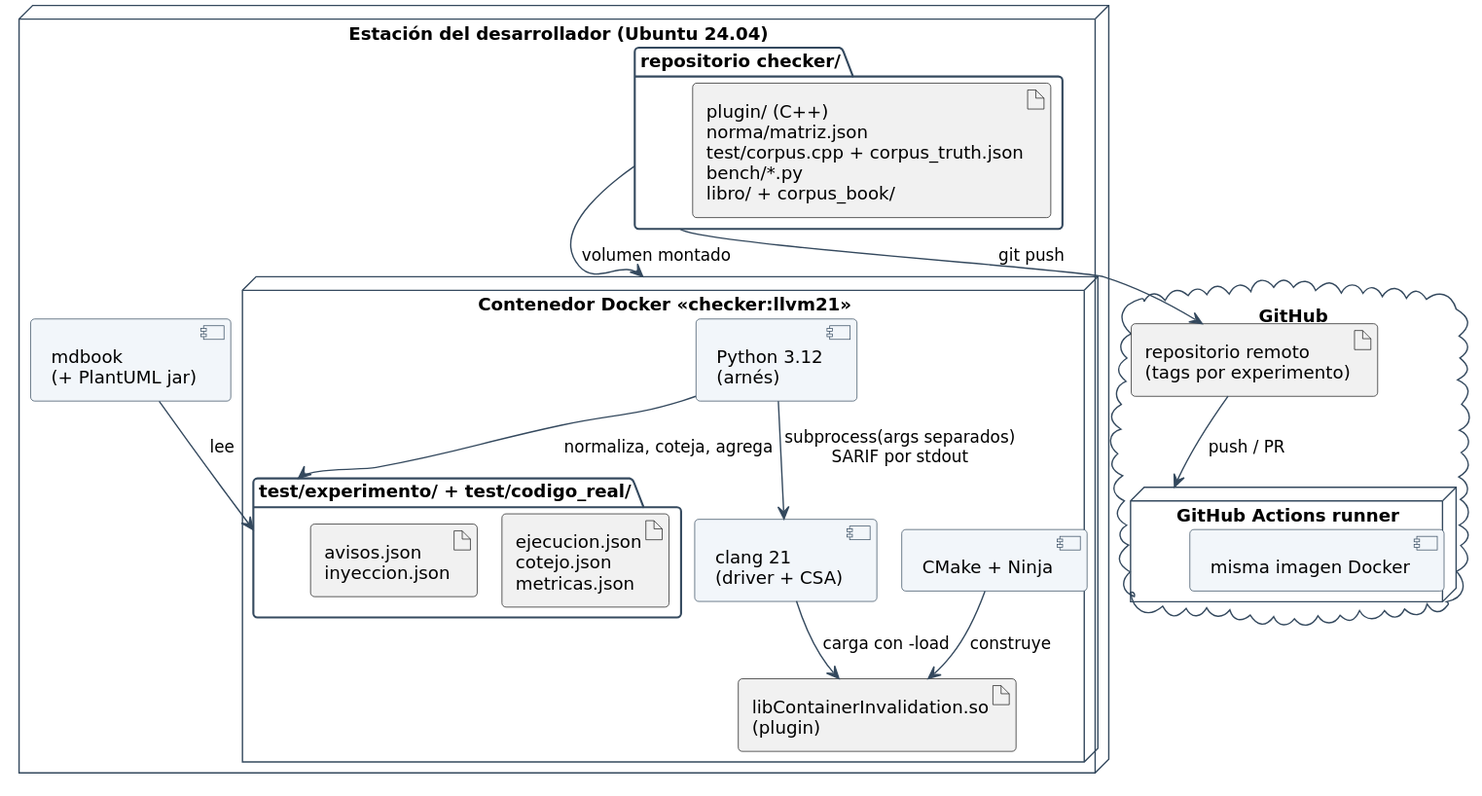
This is libro/diagramas/svg/5-7-arquitectura-fisica.svg from jasrod12ucsm/checker, a PlantUML export, as it was before one commit.
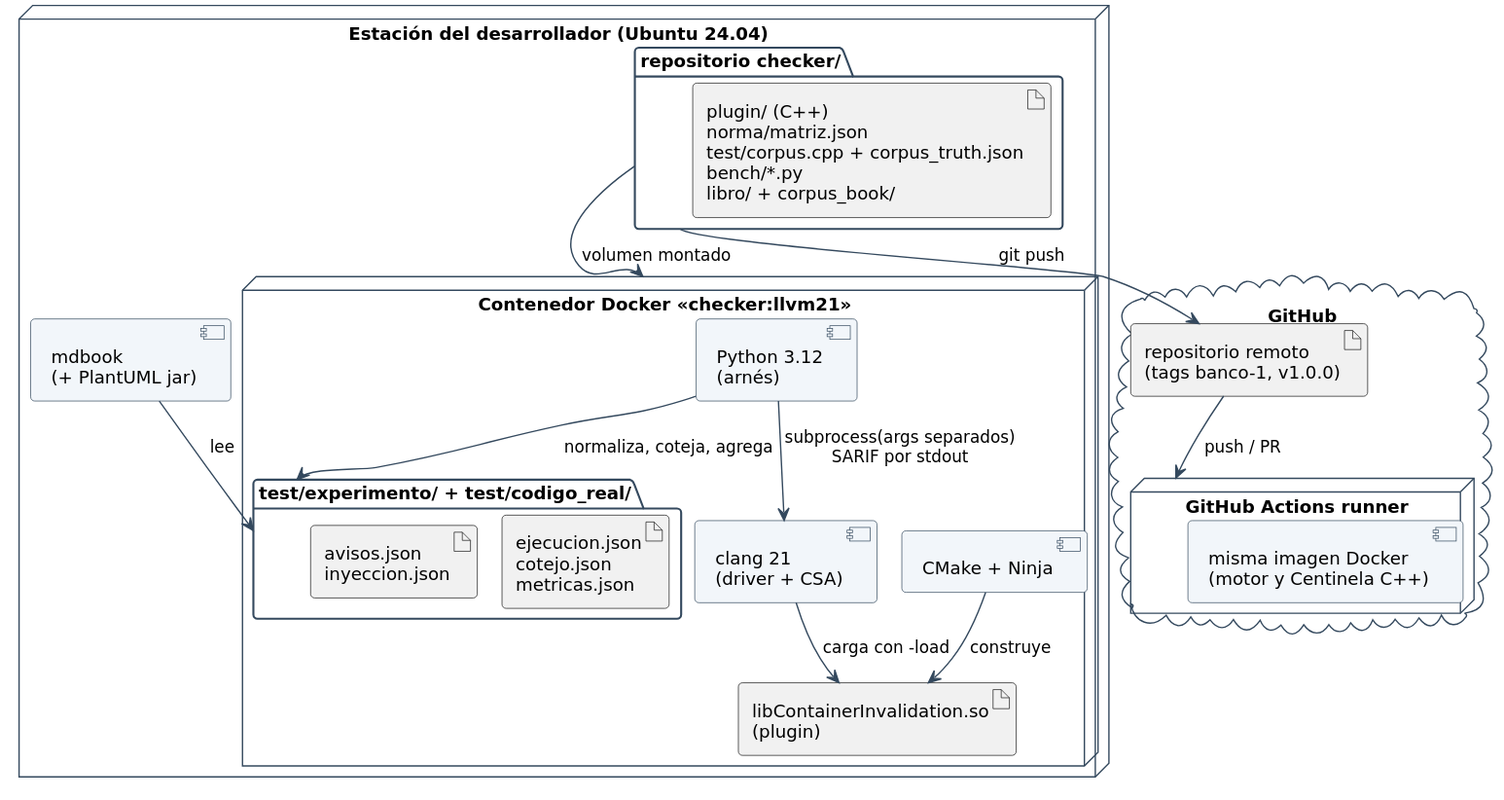
The same diagram one commit later.

Change to the diagram source:
```diff
@@ -19,9 +19,9 @@
 }
 
 cloud "GitHub" as gh {
-  artifact "repositorio remoto\n(tags por experimento)" as remote
+  artifact "repositorio remoto\n(tags banco-1, v1.0.0)" as remote
   node "GitHub Actions runner" as ci {
-    component "misma imagen Docker"
+    component "misma imagen Docker\n(motor y Centinela C++)"
   }
 }
 
```
